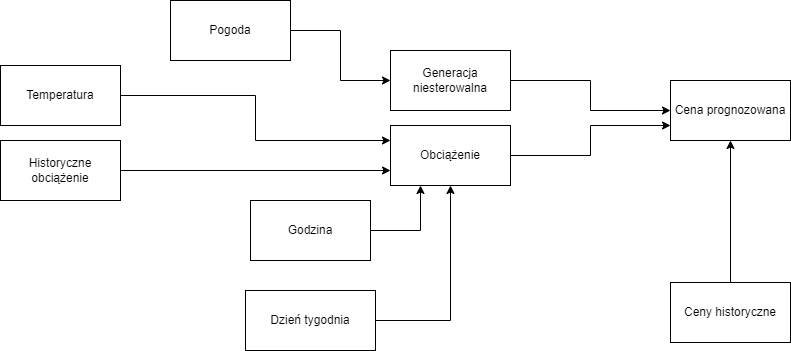
Above: DA2.drawio.png in pilarskimarcin/ProjektDataAnalytics (draw.io), before the change. Source tidied: cells renumbered, new cells last; positions are measured from the earlier drawing's top-left corner, leaving out a move shared by most shapes. Source of this version:
```xml
<mxGraphModel>
  <root>
    <mxCell id="0" />
    <mxCell id="1" parent="0" />
    <mxCell id="2" style="edgeStyle=orthogonalEdgeStyle;rounded=0;jettySize=auto;html=1;exitX=1;exitY=0.5;exitDx=0;exitDy=0;entryX=0.5;entryY=1;entryDx=0;entryDy=0;" parent="1" edge="1" source="3" target="11">
      <mxGeometry relative="1" as="geometry" />
    </mxCell>
    <mxCell id="3" value="Dzień tygodnia" style="whiteSpace=wrap;html=1;rounded=0;" parent="1" vertex="1">
      <mxGeometry x="245" y="290" width="130" height="60" as="geometry" />
    </mxCell>
    <mxCell id="4" style="edgeStyle=orthogonalEdgeStyle;rounded=0;jettySize=auto;html=1;exitX=1;exitY=0.5;exitDx=0;exitDy=0;entryX=0;entryY=0.5;entryDx=0;entryDy=0;" parent="1" edge="1" source="5" target="9">
      <mxGeometry relative="1" as="geometry" />
    </mxCell>
    <mxCell id="5" value="Pogoda" style="rounded=0;whiteSpace=wrap;html=1;" parent="1" vertex="1">
      <mxGeometry x="170" width="120" height="60" as="geometry" />
    </mxCell>
    <mxCell id="6" style="edgeStyle=orthogonalEdgeStyle;rounded=0;jettySize=auto;html=1;exitX=1;exitY=0.5;exitDx=0;exitDy=0;entryX=0.25;entryY=1;entryDx=0;entryDy=0;" parent="1" edge="1" source="7" target="11">
      <mxGeometry relative="1" as="geometry" />
    </mxCell>
    <mxCell id="7" value="Godzina" style="rounded=0;whiteSpace=wrap;html=1;" parent="1" vertex="1">
      <mxGeometry x="250" y="200" width="120" height="60" as="geometry" />
    </mxCell>
    <mxCell id="8" style="edgeStyle=orthogonalEdgeStyle;rounded=0;jettySize=auto;html=1;exitX=1;exitY=0.5;exitDx=0;exitDy=0;entryX=0;entryY=0.5;entryDx=0;entryDy=0;" parent="1" edge="1" source="9" target="14">
      <mxGeometry relative="1" as="geometry" />
    </mxCell>
    <mxCell id="9" value="Generacja niesterowalna" style="rounded=0;whiteSpace=wrap;html=1;" parent="1" vertex="1">
      <mxGeometry x="390" y="50" width="120" height="60" as="geometry" />
    </mxCell>
    <mxCell id="10" style="edgeStyle=orthogonalEdgeStyle;rounded=0;jettySize=auto;html=1;exitX=1;exitY=0.5;exitDx=0;exitDy=0;entryX=0;entryY=0.75;entryDx=0;entryDy=0;" parent="1" edge="1" source="11" target="14">
      <mxGeometry relative="1" as="geometry" />
    </mxCell>
    <mxCell id="11" value="Obciążenie" style="rounded=0;whiteSpace=wrap;html=1;" parent="1" vertex="1">
      <mxGeometry x="390" y="125" width="120" height="60" as="geometry" />
    </mxCell>
    <mxCell id="12" style="edgeStyle=orthogonalEdgeStyle;rounded=0;jettySize=auto;html=1;exitX=1;exitY=0.5;exitDx=0;exitDy=0;entryX=0;entryY=0.75;entryDx=0;entryDy=0;" parent="1" edge="1" source="13" target="11">
      <mxGeometry relative="1" as="geometry" />
    </mxCell>
    <mxCell id="13" value="Historyczne obciążenie" style="rounded=0;whiteSpace=wrap;html=1;" parent="1" vertex="1">
      <mxGeometry y="140" width="120" height="60" as="geometry" />
    </mxCell>
    <mxCell id="14" value="Cena prognozowana" style="rounded=0;whiteSpace=wrap;html=1;" parent="1" vertex="1">
      <mxGeometry x="670" y="80" width="120" height="60" as="geometry" />
    </mxCell>
    <mxCell id="15" style="edgeStyle=orthogonalEdgeStyle;rounded=0;jettySize=auto;html=1;exitX=0.5;exitY=0;exitDx=0;exitDy=0;entryX=0.5;entryY=1;entryDx=0;entryDy=0;" parent="1" edge="1" source="16" target="14">
      <mxGeometry relative="1" as="geometry" />
    </mxCell>
    <mxCell id="16" value="Ceny historyczne" style="rounded=0;whiteSpace=wrap;html=1;" parent="1" vertex="1">
      <mxGeometry x="670" y="282" width="120" height="60" as="geometry" />
    </mxCell>
    <mxCell id="17" style="edgeStyle=orthogonalEdgeStyle;rounded=0;jettySize=auto;html=1;exitX=1;exitY=0.5;exitDx=0;exitDy=0;entryX=0;entryY=0.25;entryDx=0;entryDy=0;" parent="1" edge="1" source="18" target="11">
      <mxGeometry relative="1" as="geometry" />
    </mxCell>
    <mxCell id="18" value="Temperatura" style="rounded=0;whiteSpace=wrap;html=1;" parent="1" vertex="1">
      <mxGeometry y="65" width="120" height="60" as="geometry" />
    </mxCell>
  </root>
</mxGraphModel>
```
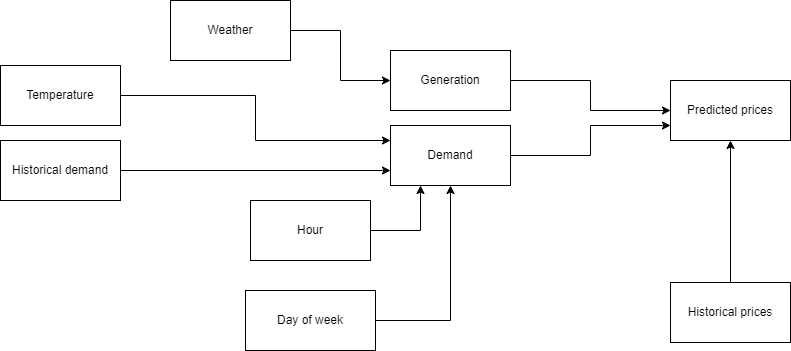
Later version of the same file.

The edit, as a diff of the source:
```diff
@@ -5,52 +5,52 @@
     <mxCell id="2" style="edgeStyle=orthogonalEdgeStyle;rounded=0;jettySize=auto;html=1;exitX=1;exitY=0.5;exitDx=0;exitDy=0;entryX=0.5;entryY=1;entryDx=0;entryDy=0;" parent="1" edge="1" source="3" target="11">
       <mxGeometry relative="1" as="geometry" />
     </mxCell>
-    <mxCell id="3" value="Dzień tygodnia" style="whiteSpace=wrap;html=1;rounded=0;" parent="1" vertex="1">
+    <mxCell id="3" value="Day of week" style="whiteSpace=wrap;html=1;rounded=0;" parent="1" vertex="1">
       <mxGeometry x="245" y="290" width="130" height="60" as="geometry" />
     </mxCell>
     <mxCell id="4" style="edgeStyle=orthogonalEdgeStyle;rounded=0;jettySize=auto;html=1;exitX=1;exitY=0.5;exitDx=0;exitDy=0;entryX=0;entryY=0.5;entryDx=0;entryDy=0;" parent="1" edge="1" source="5" target="9">
       <mxGeometry relative="1" as="geometry" />
     </mxCell>
-    <mxCell id="5" value="Pogoda" style="rounded=0;whiteSpace=wrap;html=1;" parent="1" vertex="1">
+    <mxCell id="5" value="Weather" style="rounded=0;whiteSpace=wrap;html=1;" parent="1" vertex="1">
       <mxGeometry x="170" width="120" height="60" as="geometry" />
     </mxCell>
     <mxCell id="6" style="edgeStyle=orthogonalEdgeStyle;rounded=0;jettySize=auto;html=1;exitX=1;exitY=0.5;exitDx=0;exitDy=0;entryX=0.25;entryY=1;entryDx=0;entryDy=0;" parent="1" edge="1" source="7" target="11">
       <mxGeometry relative="1" as="geometry" />
     </mxCell>
-    <mxCell id="7" value="Godzina" style="rounded=0;whiteSpace=wrap;html=1;" parent="1" vertex="1">
+    <mxCell id="7" value="Hour" style="rounded=0;whiteSpace=wrap;html=1;" parent="1" vertex="1">
       <mxGeometry x="250" y="200" width="120" height="60" as="geometry" />
     </mxCell>
     <mxCell id="8" style="edgeStyle=orthogonalEdgeStyle;rounded=0;jettySize=auto;html=1;exitX=1;exitY=0.5;exitDx=0;exitDy=0;entryX=0;entryY=0.5;entryDx=0;entryDy=0;" parent="1" edge="1" source="9" target="14">
       <mxGeometry relative="1" as="geometry" />
     </mxCell>
-    <mxCell id="9" value="Generacja niesterowalna" style="rounded=0;whiteSpace=wrap;html=1;" parent="1" vertex="1">
+    <mxCell id="9" value="Generation" style="rounded=0;whiteSpace=wrap;html=1;" parent="1" vertex="1">
       <mxGeometry x="390" y="50" width="120" height="60" as="geometry" />
     </mxCell>
     <mxCell id="10" style="edgeStyle=orthogonalEdgeStyle;rounded=0;jettySize=auto;html=1;exitX=1;exitY=0.5;exitDx=0;exitDy=0;entryX=0;entryY=0.75;entryDx=0;entryDy=0;" parent="1" edge="1" source="11" target="14">
       <mxGeometry relative="1" as="geometry" />
     </mxCell>
-    <mxCell id="11" value="Obciążenie" style="rounded=0;whiteSpace=wrap;html=1;" parent="1" vertex="1">
+    <mxCell id="11" value="Demand" style="rounded=0;whiteSpace=wrap;html=1;" parent="1" vertex="1">
       <mxGeometry x="390" y="125" width="120" height="60" as="geometry" />
     </mxCell>
     <mxCell id="12" style="edgeStyle=orthogonalEdgeStyle;rounded=0;jettySize=auto;html=1;exitX=1;exitY=0.5;exitDx=0;exitDy=0;entryX=0;entryY=0.75;entryDx=0;entryDy=0;" parent="1" edge="1" source="13" target="11">
       <mxGeometry relative="1" as="geometry" />
     </mxCell>
-    <mxCell id="13" value="Historyczne obciążenie" style="rounded=0;whiteSpace=wrap;html=1;" parent="1" vertex="1">
+    <mxCell id="13" value="Historical demand" style="rounded=0;whiteSpace=wrap;html=1;" parent="1" vertex="1">
       <mxGeometry y="140" width="120" height="60" as="geometry" />
     </mxCell>
-    <mxCell id="14" value="Cena prognozowana" style="rounded=0;whiteSpace=wrap;html=1;" parent="1" vertex="1">
+    <mxCell id="14" value="Predicted prices" style="rounded=0;whiteSpace=wrap;html=1;" parent="1" vertex="1">
       <mxGeometry x="670" y="80" width="120" height="60" as="geometry" />
     </mxCell>
     <mxCell id="15" style="edgeStyle=orthogonalEdgeStyle;rounded=0;jettySize=auto;html=1;exitX=0.5;exitY=0;exitDx=0;exitDy=0;entryX=0.5;entryY=1;entryDx=0;entryDy=0;" parent="1" edge="1" source="16" target="14">
       <mxGeometry relative="1" as="geometry" />
     </mxCell>
-    <mxCell id="16" value="Ceny historyczne" style="rounded=0;whiteSpace=wrap;html=1;" parent="1" vertex="1">
+    <mxCell id="16" value="Historical prices" style="rounded=0;whiteSpace=wrap;html=1;" parent="1" vertex="1">
       <mxGeometry x="670" y="282" width="120" height="60" as="geometry" />
     </mxCell>
     <mxCell id="17" style="edgeStyle=orthogonalEdgeStyle;rounded=0;jettySize=auto;html=1;exitX=1;exitY=0.5;exitDx=0;exitDy=0;entryX=0;entryY=0.25;entryDx=0;entryDy=0;" parent="1" edge="1" source="18" target="11">
       <mxGeometry relative="1" as="geometry" />
     </mxCell>
-    <mxCell id="18" value="Temperatura" style="rounded=0;whiteSpace=wrap;html=1;" parent="1" vertex="1">
+    <mxCell id="18" value="Temperature" style="rounded=0;whiteSpace=wrap;html=1;" parent="1" vertex="1">
       <mxGeometry y="65" width="120" height="60" as="geometry" />
     </mxCell>
   </root>
```
